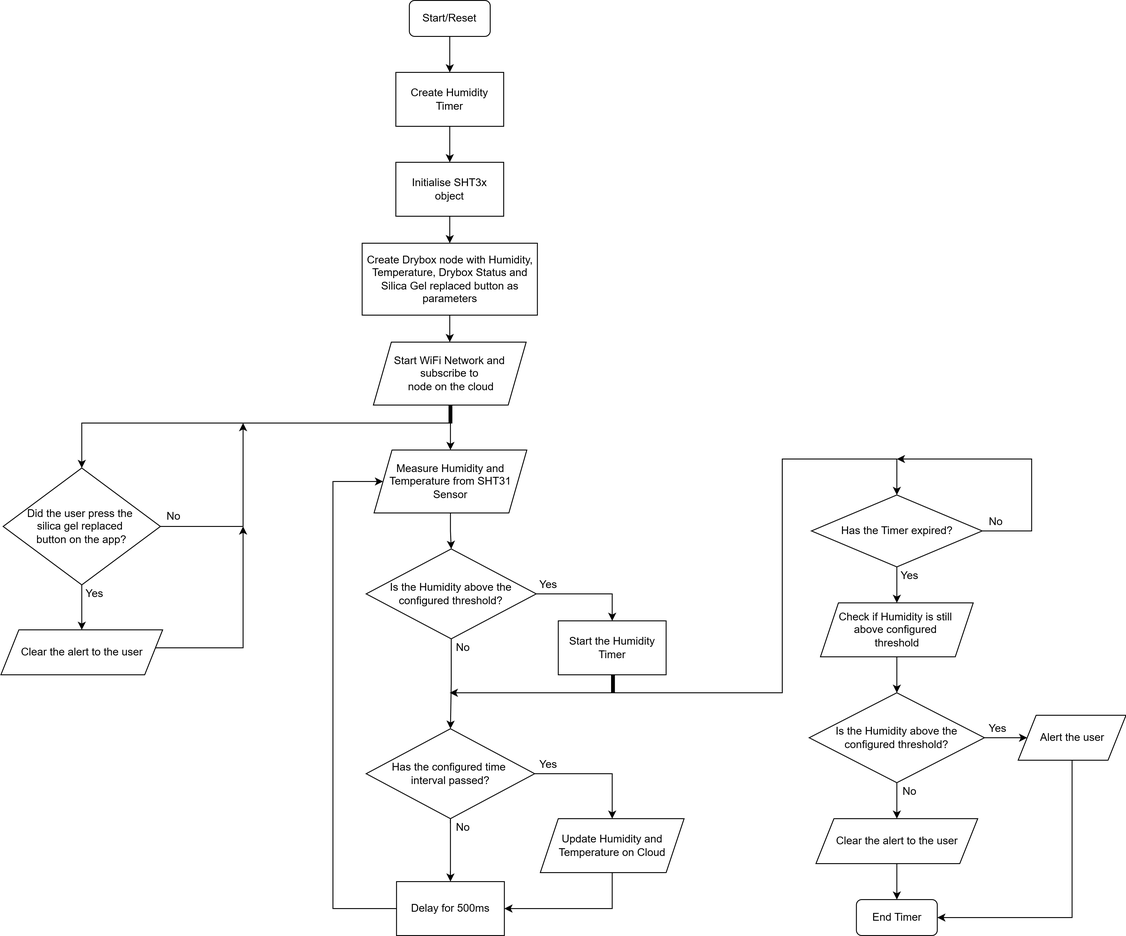
Earlier version of the draw.io export Docs/Images/Drybox_Sensor_Flowchart.drawio.png (mjlwong/30.117_IoT_Project). Source tidied: cells renumbered, new cells last; positions are measured from the earlier drawing's top-left corner, leaving out a move shared by most shapes.
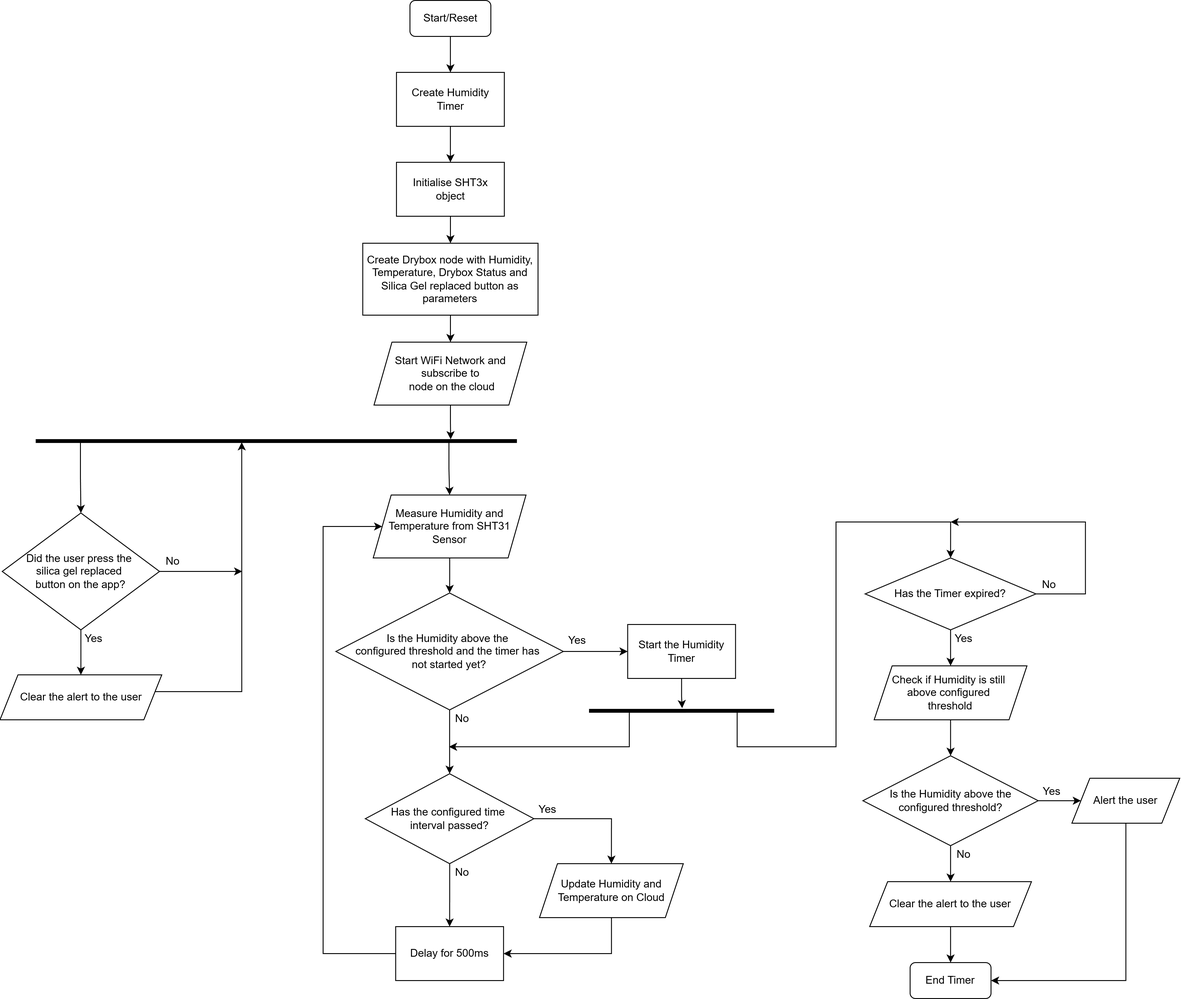
Above is the later version.

Commit message:
Refined the flowchart further

The edit, as a diff of the source:
```diff
@@ -6,28 +6,28 @@
       <mxGeometry relative="1" as="geometry" />
     </mxCell>
     <mxCell id="3" value="Start/Reset" style="rounded=1;whiteSpace=wrap;html=1;" parent="1" vertex="1">
-      <mxGeometry x="455" width="90" height="40" as="geometry" />
+      <mxGeometry x="456.6" y="-50" width="90" height="40" as="geometry" />
     </mxCell>
     <mxCell id="4" style="edgeStyle=orthogonalEdgeStyle;rounded=0;jettySize=auto;html=1;entryX=0.5;entryY=0;entryDx=0;entryDy=0;" parent="1" edge="1" source="5" target="7">
       <mxGeometry relative="1" as="geometry" />
     </mxCell>
     <mxCell id="5" value="Create Humidity Timer" style="rounded=0;whiteSpace=wrap;html=1;" parent="1" vertex="1">
-      <mxGeometry x="440" y="80" width="120" height="60" as="geometry" />
+      <mxGeometry x="441.6" y="30" width="120" height="60" as="geometry" />
     </mxCell>
     <mxCell id="6" style="edgeStyle=orthogonalEdgeStyle;rounded=0;jettySize=auto;html=1;" parent="1" edge="1" source="7" target="9">
       <mxGeometry relative="1" as="geometry" />
     </mxCell>
     <mxCell id="7" value="Initialise SHT3x object" style="rounded=0;whiteSpace=wrap;html=1;" parent="1" vertex="1">
-      <mxGeometry x="440" y="180" width="120" height="60" as="geometry" />
+      <mxGeometry x="441.6" y="130" width="120" height="60" as="geometry" />
     </mxCell>
     <mxCell id="8" style="edgeStyle=orthogonalEdgeStyle;rounded=0;jettySize=auto;html=1;" parent="1" edge="1" source="9" target="10">
       <mxGeometry relative="1" as="geometry" />
     </mxCell>
     <mxCell id="9" value="Create Drybox node with Humidity, Temperature, Drybox Status and Silica Gel replaced button as parameters" style="rounded=0;whiteSpace=wrap;html=1;" parent="1" vertex="1">
-      <mxGeometry x="402.5" y="270" width="195" height="80" as="geometry" />
+      <mxGeometry x="404.1" y="220" width="195" height="80" as="geometry" />
     </mxCell>
     <mxCell id="10" value="Start WiFi Network and subscribe to&lt;div&gt;&amp;nbsp;node on the cloud&lt;/div&gt;" style="shape=parallelogram;perimeter=parallelogramPerimeter;whiteSpace=wrap;html=1;fixedSize=1;" parent="1" vertex="1">
-      <mxGeometry x="415" y="380" width="170" height="70" as="geometry" />
+      <mxGeometry x="416.6" y="330" width="170" height="70" as="geometry" />
     </mxCell>
     <mxCell id="11" style="edgeStyle=orthogonalEdgeStyle;rounded=0;jettySize=auto;html=1;entryX=0.5;entryY=0;entryDx=0;entryDy=0;" parent="1" edge="1" source="12" target="15">
       <mxGeometry relative="1" as="geometry" />
@@ -35,17 +35,17 @@
     <mxCell id="12" value="Measure Humidity and Temperature from SHT31 Sensor" style="shape=parallelogram;perimeter=parallelogramPerimeter;whiteSpace=wrap;html=1;fixedSize=1;" parent="1" vertex="1">
       <mxGeometry x="415.8" y="500" width="170" height="70" as="geometry" />
     </mxCell>
+    <mxCell id="14" style="edgeStyle=orthogonalEdgeStyle;rounded=0;jettySize=auto;html=1;entryX=0.5;entryY=0;entryDx=0;entryDy=0;" parent="1" edge="1" source="15" target="19">
+      <mxGeometry relative="1" as="geometry" />
+    </mxCell>
-    <mxCell id="13" style="edgeStyle=orthogonalEdgeStyle;rounded=0;jettySize=auto;html=1;entryX=0.5;entryY=0;entryDx=0;entryDy=0;" parent="1" edge="1" source="15" target="16">
+    <mxCell id="13" style="edgeStyle=orthogonalEdgeStyle;rounded=0;jettySize=auto;html=1;entryX=0;entryY=0.5;entryDx=0;entryDy=0;" parent="1" edge="1" source="15" target="16">
       <mxGeometry relative="1" as="geometry" />
     </mxCell>
-    <mxCell id="14" style="edgeStyle=orthogonalEdgeStyle;rounded=0;jettySize=auto;html=1;" parent="1" edge="1" source="15" target="19">
-      <mxGeometry relative="1" as="geometry" />
-    </mxCell>
-    <mxCell id="15" value="Is the Humidity above the configured threshold?" style="rhombus;whiteSpace=wrap;html=1;" parent="1" vertex="1">
-      <mxGeometry x="407" y="610" width="189.2" height="100" as="geometry" />
+    <mxCell id="15" value="Is the Humidity above the&amp;nbsp;&lt;div&gt;configured&amp;nbsp;&lt;span style=&quot;background-color: transparent; color: light-dark(rgb(0, 0, 0), rgb(255, 255, 255));&quot;&gt;threshold and the timer has&amp;nbsp;&lt;/span&gt;&lt;div&gt;&lt;span style=&quot;background-color: transparent; color: light-dark(rgb(0, 0, 0), rgb(255, 255, 255));&quot;&gt;not started yet?&lt;/span&gt;&lt;/div&gt;&lt;/div&gt;" style="rhombus;whiteSpace=wrap;html=1;" parent="1" vertex="1">
+      <mxGeometry x="374.2" y="609" width="253" height="130" as="geometry" />
     </mxCell>
     <mxCell id="16" value="Start the Humidity Timer" style="rounded=0;whiteSpace=wrap;html=1;" parent="1" vertex="1">
-      <mxGeometry x="620.8" y="690" width="120" height="60" as="geometry" />
+      <mxGeometry x="698.9" y="644" width="120" height="60" as="geometry" />
     </mxCell>
     <mxCell id="17" style="edgeStyle=orthogonalEdgeStyle;rounded=0;jettySize=auto;html=1;entryX=0.5;entryY=0;entryDx=0;entryDy=0;" parent="1" edge="1" source="19" target="23">
       <mxGeometry relative="1" as="geometry" />
@@ -62,10 +62,10 @@
       <mxGeometry x="407" y="810" width="187.5" height="100" as="geometry" />
     </mxCell>
     <mxCell id="20" value="Yes" style="text;html=1;whiteSpace=wrap;strokeColor=none;fillColor=none;align=center;verticalAlign=middle;rounded=0;" parent="1" vertex="1">
-      <mxGeometry x="594.5" y="640" width="30" height="20" as="geometry" />
+      <mxGeometry x="627.5" y="652" width="30" height="20" as="geometry" />
     </mxCell>
     <mxCell id="21" value="No" style="text;html=1;whiteSpace=wrap;strokeColor=none;fillColor=none;align=center;verticalAlign=middle;rounded=0;" parent="1" vertex="1">
-      <mxGeometry x="500" y="710" width="30" height="20" as="geometry" />
+      <mxGeometry x="500" y="739" width="30" height="20" as="geometry" />
     </mxCell>
     <mxCell id="22" style="edgeStyle=orthogonalEdgeStyle;rounded=0;jettySize=auto;html=1;entryX=1;entryY=0.5;entryDx=0;entryDy=0;" parent="1" edge="1" source="23" target="26">
       <mxGeometry relative="1" as="geometry">
@@ -83,8 +83,8 @@
     <mxCell id="25" style="edgeStyle=orthogonalEdgeStyle;rounded=0;jettySize=auto;html=1;entryX=0;entryY=0.5;entryDx=0;entryDy=0;" parent="1" edge="1" source="26" target="12">
       <mxGeometry relative="1" as="geometry">
         <Array as="points">
-          <mxPoint x="370" y="1010" />
-          <mxPoint x="370" y="535" />
+          <mxPoint x="360" y="1010" />
+          <mxPoint x="360" y="535" />
         </Array>
       </mxGeometry>
     </mxCell>
@@ -94,34 +94,37 @@
     <mxCell id="27" value="No" style="text;html=1;whiteSpace=wrap;strokeColor=none;fillColor=none;align=center;verticalAlign=middle;rounded=0;" parent="1" vertex="1">
       <mxGeometry x="500" y="910" width="30" height="20" as="geometry" />
     </mxCell>
-    <mxCell id="28" style="edgeStyle=orthogonalEdgeStyle;rounded=0;orthogonalLoop=1;jettySize=auto;html=1;" parent="1" edge="1">
-      <mxGeometry relative="1" as="geometry">
-        <mxPoint x="680" y="770" as="sourcePoint" />
-        <mxPoint x="500" y="770" as="targetPoint" />
-        <Array as="points">
-          <mxPoint x="500" y="770" />
-        </Array>
-      </mxGeometry>
-    </mxCell>
+    <mxCell id="58" style="edgeStyle=orthogonalEdgeStyle;rounded=0;orthogonalLoop=1;jettySize=auto;html=1;exitX=0.038;exitY=0.519;exitDx=0;exitDy=0;exitPerimeter=0;" parent="1" edge="1">
+      <mxGeometry relative="1" as="geometry">
+        <mxPoint x="763.8" y="741.5" as="sourcePoint" />
+        <mxPoint x="500" y="780" as="targetPoint" />
+        <Array as="points">
+          <mxPoint x="700.6" y="742" />
+          <mxPoint x="700.6" y="780" />
+        </Array>
+      </mxGeometry>
+    </mxCell>
-    <mxCell id="29" style="edgeStyle=orthogonalEdgeStyle;rounded=0;jettySize=auto;html=1;entryX=0.5;entryY=0;entryDx=0;entryDy=0;" parent="1" edge="1" source="30" target="33">
+    <mxCell id="29" style="edgeStyle=orthogonalEdgeStyle;rounded=0;jettySize=auto;html=1;entryX=0.5;entryY=0;entryDx=0;entryDy=0;exitX=0.792;exitY=0.564;exitDx=0;exitDy=0;exitPerimeter=0;" parent="1" edge="1" source="30" target="33">
       <mxGeometry relative="1" as="geometry">
         <Array as="points">
-          <mxPoint x="870" y="770" />
-          <mxPoint x="870" y="510" />
-          <mxPoint x="997" y="510" />
+          <mxPoint x="820.6" y="739" />
+          <mxPoint x="820.6" y="780" />
+          <mxPoint x="930.6" y="780" />
+          <mxPoint x="930.6" y="530" />
+          <mxPoint x="1058.6" y="530" />
         </Array>
       </mxGeometry>
     </mxCell>
-    <mxCell id="30" style="html=1;points=[];perimeter=orthogonalPerimeter;fillColor=strokeColor;" parent="1" vertex="1">
-      <mxGeometry x="680" y="750" width="3.2" height="20" as="geometry" />
+    <mxCell id="30" style="html=1;points=[];perimeter=orthogonalPerimeter;fillColor=strokeColor;rotation=-90;" parent="1" vertex="1">
+      <mxGeometry x="757.2" y="637.5" width="3.2" height="205" as="geometry" />
     </mxCell>
     <mxCell id="31" style="edgeStyle=orthogonalEdgeStyle;rounded=0;jettySize=auto;html=1;" parent="1" edge="1" source="33">
       <mxGeometry relative="1" as="geometry">
-        <mxPoint x="997.5" y="510" as="targetPoint" />
+        <mxPoint x="1058.1" y="530" as="targetPoint" />
         <Array as="points">
-          <mxPoint x="1147.5" y="590" />
-          <mxPoint x="1147.5" y="510" />
-          <mxPoint x="997.5" y="510" />
+          <mxPoint x="1208.1" y="610" />
+          <mxPoint x="1208.1" y="530" />
+          <mxPoint x="1058.1" y="530" />
         </Array>
       </mxGeometry>
     </mxCell>
@@ -129,16 +132,16 @@
       <mxGeometry relative="1" as="geometry" />
     </mxCell>
     <mxCell id="33" value="Has the Timer expired?" style="rhombus;whiteSpace=wrap;html=1;" parent="1" vertex="1">
-      <mxGeometry x="902.5" y="550" width="190" height="80" as="geometry" />
+      <mxGeometry x="963.1" y="570" width="190" height="80" as="geometry" />
     </mxCell>
     <mxCell id="34" value="No" style="text;html=1;whiteSpace=wrap;strokeColor=none;fillColor=none;align=center;verticalAlign=middle;rounded=0;" parent="1" vertex="1">
-      <mxGeometry x="1092.5" y="570" width="30" height="20" as="geometry" />
+      <mxGeometry x="1153.1" y="590" width="30" height="20" as="geometry" />
     </mxCell>
     <mxCell id="35" style="edgeStyle=orthogonalEdgeStyle;rounded=0;jettySize=auto;html=1;entryX=0.5;entryY=0;entryDx=0;entryDy=0;" parent="1" edge="1" source="36" target="39">
       <mxGeometry relative="1" as="geometry" />
     </mxCell>
     <mxCell id="36" value="Check if Humidity is still&amp;nbsp;&lt;div&gt;above configured&amp;nbsp;&lt;/div&gt;&lt;div&gt;threshold&lt;/div&gt;" style="shape=parallelogram;perimeter=parallelogramPerimeter;whiteSpace=wrap;html=1;fixedSize=1;" parent="1" vertex="1">
-      <mxGeometry x="912.5" y="670" width="170" height="60" as="geometry" />
+      <mxGeometry x="973.1" y="690" width="170" height="60" as="geometry" />
     </mxCell>
     <mxCell id="37" style="edgeStyle=orthogonalEdgeStyle;rounded=0;jettySize=auto;html=1;entryX=0;entryY=0.5;entryDx=0;entryDy=0;" parent="1" edge="1" source="39" target="41">
       <mxGeometry relative="1" as="geometry" />
@@ -147,64 +150,73 @@
       <mxGeometry relative="1" as="geometry" />
     </mxCell>
     <mxCell id="39" value="Is the Humidity above the configured threshold?" style="rhombus;whiteSpace=wrap;html=1;" parent="1" vertex="1">
-      <mxGeometry x="900" y="770" width="195" height="100" as="geometry" />
+      <mxGeometry x="960.6" y="790" width="195" height="100" as="geometry" />
     </mxCell>
     <mxCell id="40" style="edgeStyle=orthogonalEdgeStyle;rounded=0;jettySize=auto;html=1;entryX=1;entryY=0.5;entryDx=0;entryDy=0;" parent="1" edge="1" source="41" target="44">
       <mxGeometry relative="1" as="geometry">
         <Array as="points">
-          <mxPoint x="1192.5" y="1020" />
+          <mxPoint x="1253.1" y="1040" />
         </Array>
       </mxGeometry>
     </mxCell>
     <mxCell id="41" value="Alert the user" style="shape=parallelogram;perimeter=parallelogramPerimeter;whiteSpace=wrap;html=1;fixedSize=1;" parent="1" vertex="1">
-      <mxGeometry x="1132.5" y="795" width="120" height="50" as="geometry" />
+      <mxGeometry x="1193.1" y="815" width="120" height="50" as="geometry" />
     </mxCell>
     <mxCell id="42" style="edgeStyle=orthogonalEdgeStyle;rounded=0;jettySize=auto;html=1;entryX=0.5;entryY=0;entryDx=0;entryDy=0;" parent="1" edge="1" source="43" target="44">
       <mxGeometry relative="1" as="geometry" />
     </mxCell>
     <mxCell id="43" value="Clear the alert to the user" style="shape=parallelogram;perimeter=parallelogramPerimeter;whiteSpace=wrap;html=1;fixedSize=1;" parent="1" vertex="1">
-      <mxGeometry x="907.5" y="910" width="180" height="50" as="geometry" />
+      <mxGeometry x="968.1" y="930" width="180" height="50" as="geometry" />
     </mxCell>
     <mxCell id="44" value="End Timer" style="rounded=1;whiteSpace=wrap;html=1;" parent="1" vertex="1">
-      <mxGeometry x="952.5" y="1000" width="90" height="40" as="geometry" />
+      <mxGeometry x="1013.1" y="1020" width="90" height="40" as="geometry" />
     </mxCell>
     <mxCell id="45" value="Yes" style="text;html=1;whiteSpace=wrap;strokeColor=none;fillColor=none;align=center;verticalAlign=middle;rounded=0;" parent="1" vertex="1">
-      <mxGeometry x="997" y="630" width="30" height="20" as="geometry" />
+      <mxGeometry x="1057.6" y="650" width="30" height="20" as="geometry" />
     </mxCell>
     <mxCell id="46" value="No" style="text;html=1;whiteSpace=wrap;strokeColor=none;fillColor=none;align=center;verticalAlign=middle;rounded=0;" parent="1" vertex="1">
-      <mxGeometry x="997" y="870" width="30" height="20" as="geometry" />
+      <mxGeometry x="1057.6" y="890" width="30" height="20" as="geometry" />
     </mxCell>
     <mxCell id="47" value="Yes" style="text;html=1;whiteSpace=wrap;strokeColor=none;fillColor=none;align=center;verticalAlign=middle;rounded=0;" parent="1" vertex="1">
-      <mxGeometry x="1095" y="800" width="30" height="20" as="geometry" />
+      <mxGeometry x="1155.6" y="820" width="30" height="20" as="geometry" />
     </mxCell>
+    <mxCell id="49" style="edgeStyle=orthogonalEdgeStyle;rounded=0;jettySize=auto;html=1;entryX=0.5;entryY=0;entryDx=0;entryDy=0;" parent="1" edge="1" source="50" target="53">
+      <mxGeometry relative="1" as="geometry">
+        <Array as="points">
+          <mxPoint x="90" y="481" />
+          <mxPoint x="91" y="481" />
+        </Array>
+      </mxGeometry>
+    </mxCell>
     <mxCell id="48" style="edgeStyle=orthogonalEdgeStyle;rounded=0;jettySize=auto;html=1;entryX=0.5;entryY=0;entryDx=0;entryDy=0;" parent="1" edge="1" source="50" target="12">
-      <mxGeometry relative="1" as="geometry" />
+      <mxGeometry relative="1" as="geometry">
+        <Array as="points">
+          <mxPoint x="500" y="471" />
+          <mxPoint x="501" y="471" />
+        </Array>
+      </mxGeometry>
     </mxCell>
-    <mxCell id="49" style="edgeStyle=orthogonalEdgeStyle;rounded=0;jettySize=auto;html=1;entryX=0.5;entryY=0;entryDx=0;entryDy=0;" parent="1" edge="1" source="50" target="53">
-      <mxGeometry relative="1" as="geometry">
-        <Array as="points">
-          <mxPoint x="90" y="470" />
-        </Array>
-      </mxGeometry>
-    </mxCell>
-    <mxCell id="50" style="html=1;points=[];perimeter=orthogonalPerimeter;fillColor=strokeColor;" parent="1" vertex="1">
-      <mxGeometry x="499.1" y="450" width="3.2" height="20" as="geometry" />
+    <mxCell id="50" style="html=1;points=[];perimeter=orthogonalPerimeter;fillColor=strokeColor;rotation=-90;" parent="1" vertex="1">
+      <mxGeometry x="306.3" y="172.8" width="3.2" height="534.4" as="geometry" />
     </mxCell>
     <mxCell id="51" style="edgeStyle=orthogonalEdgeStyle;rounded=0;jettySize=auto;html=1;entryX=0.5;entryY=0;entryDx=0;entryDy=0;" parent="1" edge="1" source="53" target="55">
       <mxGeometry relative="1" as="geometry" />
     </mxCell>
-    <mxCell id="52" style="edgeStyle=orthogonalEdgeStyle;rounded=0;jettySize=auto;html=1;" parent="1" edge="1" source="53">
-      <mxGeometry relative="1" as="geometry">
-        <mxPoint x="270" y="470" as="targetPoint" />
-      </mxGeometry>
-    </mxCell>
+    <mxCell id="59" style="edgeStyle=orthogonalEdgeStyle;rounded=0;jettySize=auto;html=1;" parent="1" edge="1" source="53">
+      <mxGeometry relative="1" as="geometry">
+        <mxPoint x="270" y="585" as="targetPoint" />
+      </mxGeometry>
+    </mxCell>
     <mxCell id="53" value="Did the user press the&amp;nbsp;&lt;div&gt;silica gel replaced&amp;nbsp;&lt;/div&gt;&lt;div&gt;button on the app?&lt;/div&gt;" style="rhombus;whiteSpace=wrap;html=1;" parent="1" vertex="1">
       <mxGeometry x="3" y="520" width="175" height="130" as="geometry" />
     </mxCell>
-    <mxCell id="54" style="edgeStyle=orthogonalEdgeStyle;rounded=0;orthogonalLoop=1;jettySize=auto;html=1;" parent="1" edge="1">
+    <mxCell id="54" style="edgeStyle=orthogonalEdgeStyle;rounded=0;orthogonalLoop=1;jettySize=auto;html=1;entryX=-0.303;entryY=0.428;entryDx=0;entryDy=0;entryPerimeter=0;" parent="1" edge="1">
       <mxGeometry relative="1" as="geometry">
-        <mxPoint x="170.5" y="720" as="sourcePoint" />
-        <mxPoint x="270" y="585" as="targetPoint" />
+        <mxPoint x="170.5" y="718.7" as="sourcePoint" />
+        <mxPoint x="269.5" y="441.3" as="targetPoint" />
+        <Array as="points">
+          <mxPoint x="270" y="718.7" />
+        </Array>
       </mxGeometry>
     </mxCell>
     <mxCell id="55" value="Clear the alert to the user" style="shape=parallelogram;perimeter=parallelogramPerimeter;whiteSpace=wrap;html=1;fixedSize=1;" parent="1" vertex="1">
@@ -216,5 +228,11 @@
     <mxCell id="57" value="No" style="text;html=1;whiteSpace=wrap;strokeColor=none;fillColor=none;align=center;verticalAlign=middle;rounded=0;" parent="1" vertex="1">
       <mxGeometry x="177.5" y="564" width="30" height="20" as="geometry" />
     </mxCell>
+    <mxCell id="60" style="edgeStyle=orthogonalEdgeStyle;rounded=0;jettySize=auto;html=1;entryX=1.104;entryY=0.863;entryDx=0;entryDy=0;entryPerimeter=0;" parent="1" edge="1" source="10" target="50">
+      <mxGeometry relative="1" as="geometry" />
+    </mxCell>
+    <mxCell id="61" style="edgeStyle=orthogonalEdgeStyle;rounded=0;jettySize=auto;html=1;entryX=1.396;entryY=0.503;entryDx=0;entryDy=0;entryPerimeter=0;" parent="1" edge="1" source="16" target="30">
+      <mxGeometry relative="1" as="geometry" />
+    </mxCell>
   </root>
 </mxGraphModel>
```
